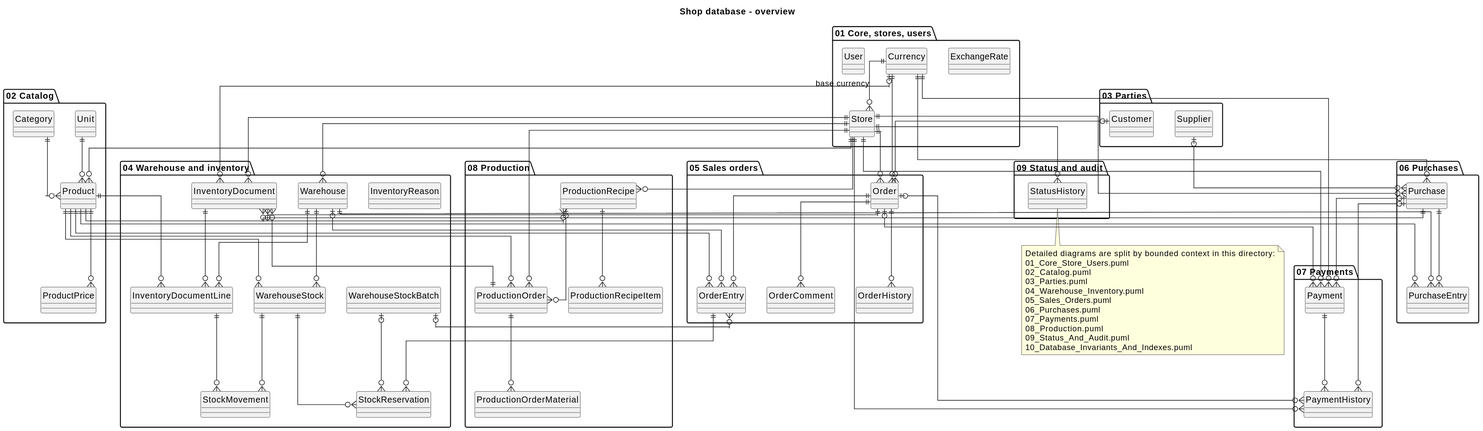
Earlier version of the PlantUML export src/Uml/database/Database.svg (Tolik1794/shop).
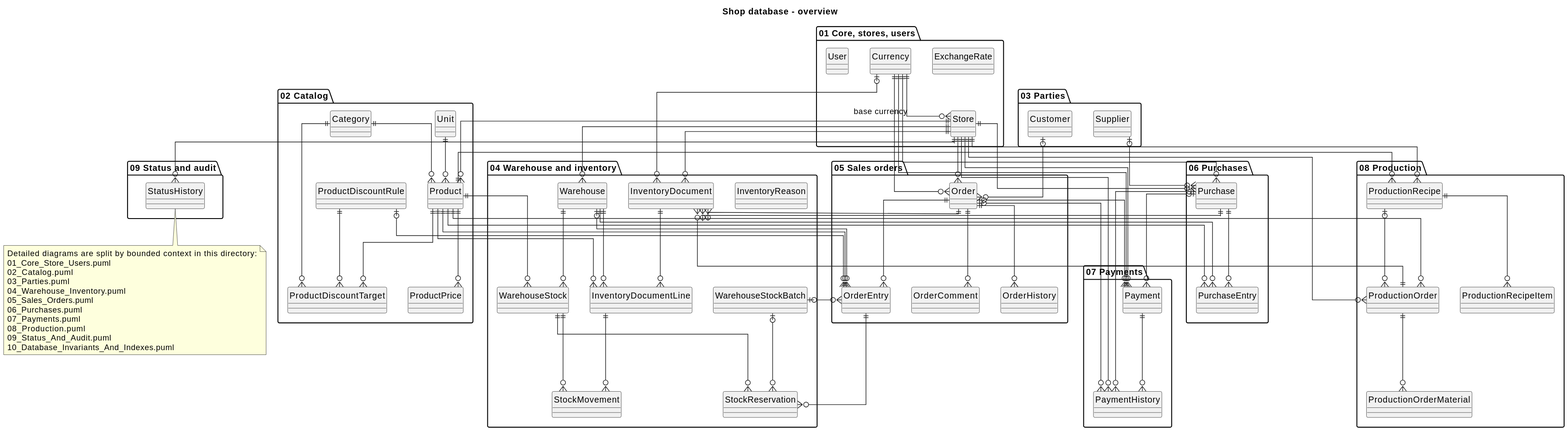
After the change.

Diff of the diagram source:
```diff
@@ -15,6 +15,8 @@
     entity Unit
     entity Product
     entity ProductPrice
+    entity ProductDiscountRule
+    entity ProductDiscountTarget
 }
 
 package "03 Parties" as Parties {
@@ -81,6 +83,10 @@
 Category ||--o{ Product
 Unit ||--o{ Product
 Product ||--o{ ProductPrice
+Product ||--o{ ProductDiscountTarget
+Category ||--o{ ProductDiscountTarget
+ProductDiscountRule ||--o{ ProductDiscountTarget
+ProductDiscountRule |o--o{ OrderEntry
 Product ||--o{ WarehouseStock
 Product ||--o{ OrderEntry
 Product ||--o{ PurchaseEntry
```
